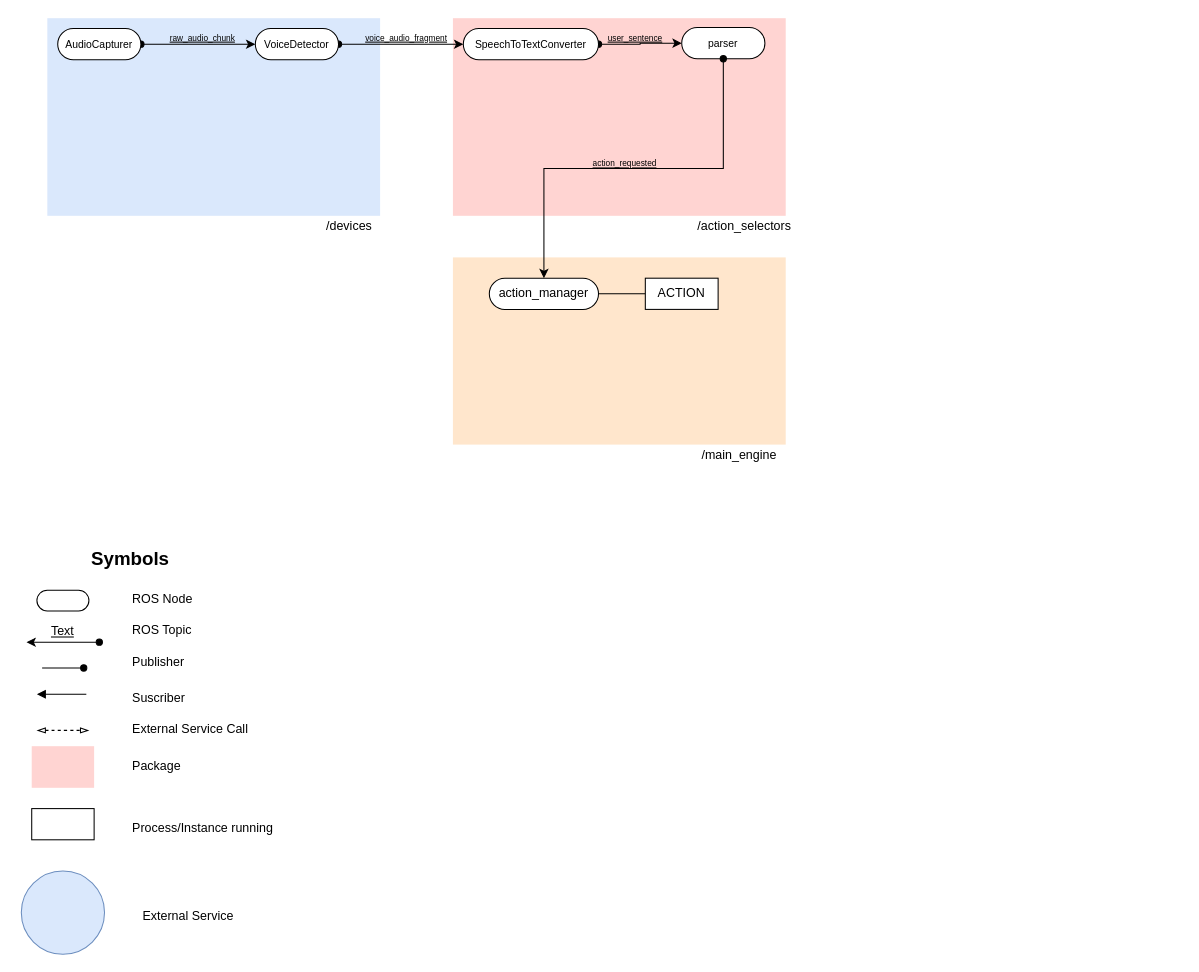
Above: Untitled Diagram.drawio in RoBorregos/robocup-home (draw.io), before the change. Source tidied: cells renumbered, new cells numbered last; positions are measured from the earlier drawing's top-left corner, leaving out a move shared by most shapes. Both pictures are drawn from the tidied source at 104%, with x=0, y=0 at pixel (21, 18).
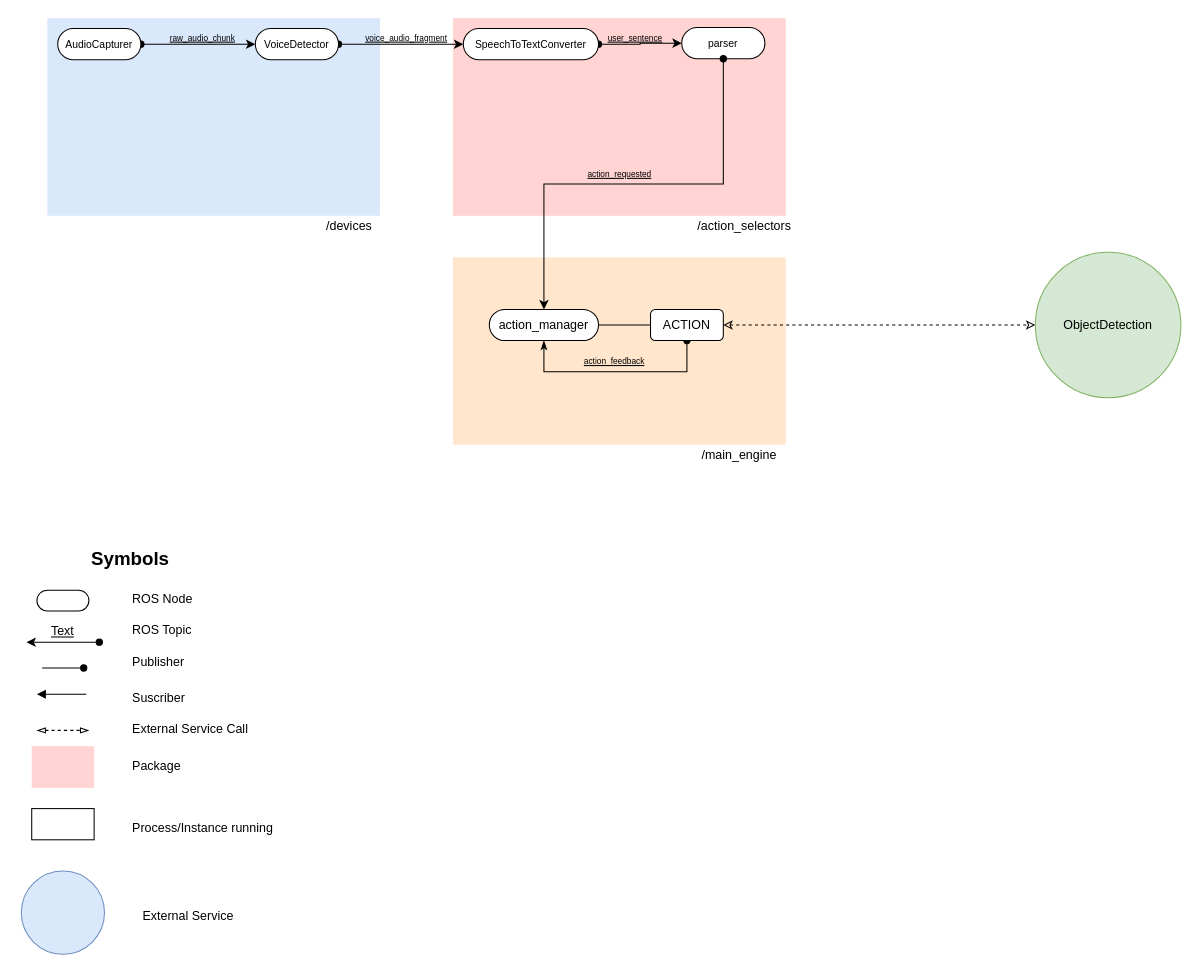
The same page after the edit.

Change to the diagram source:
```diff
@@
     <mxCell id="37" value="action_manager" style="rounded=1;whiteSpace=wrap;html=1;arcSize=50;" parent="1" vertex="1">
-      <mxGeometry x="450" y="250" width="105" height="30" as="geometry" />
+      <mxGeometry x="450" y="280" width="105" height="30" as="geometry" />
     </mxCell>
     <mxCell id="38" value="&lt;u&gt;action_requested&lt;/u&gt;" style="text;html=1;align=center;verticalAlign=middle;fontSize=8;" parent="1" vertex="1">
-      <mxGeometry x="540" y="130" width="80" height="20" as="geometry" />
+      <mxGeometry x="535" y="140" width="80" height="20" as="geometry" />
     </mxCell>
@@
+    <mxCell id="41" style="edgeStyle=orthogonalEdgeStyle;rounded=0;jettySize=auto;html=1;exitX=0.5;exitY=1;exitDx=0;exitDy=0;startArrow=oval;startFill=1;endArrow=classicThin;endFill=1;entryX=0.5;entryY=1;entryDx=0;entryDy=0;" parent="1" edge="1" source="40" target="37">
+      <mxGeometry relative="1" as="geometry">
+        <Array as="points">
+          <mxPoint x="640" y="340" />
+          <mxPoint x="503" y="340" />
+        </Array>
+      </mxGeometry>
+    </mxCell>
+    <mxCell id="42" style="edgeStyle=orthogonalEdgeStyle;rounded=0;jettySize=auto;html=1;exitX=1;exitY=0.5;exitDx=0;exitDy=0;entryX=0;entryY=0.5;entryDx=0;entryDy=0;dashed=1;startArrow=classic;startFill=0;endArrow=classic;endFill=0;" parent="1" edge="1" source="40" target="43">
+      <mxGeometry relative="1" as="geometry">
+        <Array as="points">
+          <mxPoint x="925" y="295" />
+        </Array>
+      </mxGeometry>
+    </mxCell>
-    <mxCell id="40" value="ACTION" style="rounded=0;whiteSpace=wrap;html=1;" parent="1" vertex="1">
-      <mxGeometry x="600" y="250" width="70" height="30" as="geometry" />
+    <mxCell id="40" value="ACTION" style="rounded=1;whiteSpace=wrap;html=1;" parent="1" vertex="1">
+      <mxGeometry x="605" y="280" width="70" height="30" as="geometry" />
     </mxCell>
+    <mxCell id="43" value="ObjectDetection" style="ellipse;whiteSpace=wrap;html=1;fillColor=#d5e8d4;strokeColor=#82b366;" parent="1" vertex="1">
+      <mxGeometry x="975" y="225" width="140" height="140" as="geometry" />
+    </mxCell>
+    <mxCell id="44" value="&lt;u&gt;action_feedback&lt;/u&gt;" style="text;html=1;align=center;verticalAlign=middle;fontSize=8;" parent="1" vertex="1">
+      <mxGeometry x="535" y="320" width="70" height="20" as="geometry" />
+    </mxCell>
```
